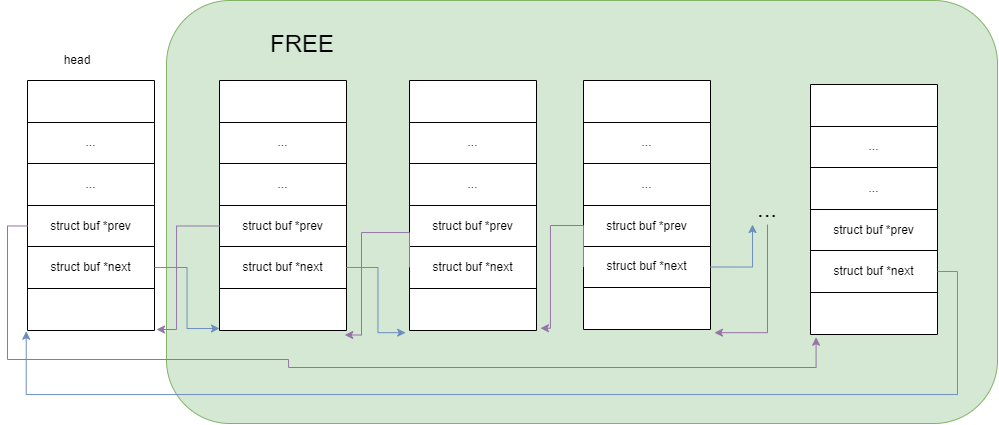
SixPlusAndTimes/drawio keeps this draw.io diagram as OS/xv6_文件系统_缓冲层.drawio.png. Above is the earlier version. Source tidied: cells renumbered, new cells last; positions are measured from the earlier drawing's top-left corner, leaving out a move shared by most shapes.
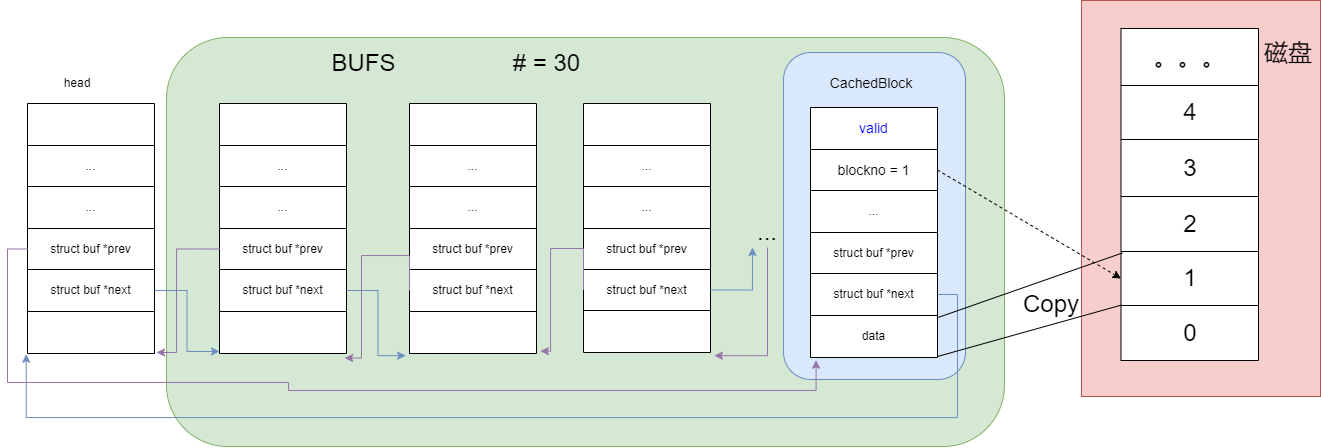
The same file after the commit.

Commit message:
更新xv6_文件系统_缓冲层.drawio.png

Diff of the diagram source:
```diff
@@ -2,9 +2,15 @@
   <root>
     <mxCell id="0" />
     <mxCell id="1" parent="0" />
+    <mxCell id="82" style="rounded=0;whiteSpace=wrap;html=1;fontSize=24;fillColor=#f8cecc;strokeColor=#b85450;" parent="1" vertex="1">
+      <mxGeometry x="1074" y="-23" width="239" height="396" as="geometry" />
+    </mxCell>
     <mxCell id="2" style="rounded=1;whiteSpace=wrap;html=1;fontSize=24;fillColor=#d5e8d4;strokeColor=#82b366;" parent="1" vertex="1">
-      <mxGeometry x="159" width="831" height="423" as="geometry" />
+      <mxGeometry x="159" y="14" width="838" height="409" as="geometry" />
     </mxCell>
+    <mxCell id="83" style="rounded=1;whiteSpace=wrap;html=1;fontSize=14;fillColor=#dae8fc;strokeColor=#6c8ebf;" parent="1" vertex="1">
+      <mxGeometry x="776" y="29" width="182" height="327" as="geometry" />
+    </mxCell>
     <mxCell id="3" style="shape=table;startSize=0;" parent="1" vertex="1">
       <mxGeometry x="20" y="80" width="127" height="250" as="geometry" />
     </mxCell>
@@ -173,13 +179,13 @@
     <mxCell id="58" style="shape=tableRow;horizontal=0;startSize=0;swimlaneHead=0;swimlaneBody=0;top=0;left=0;bottom=0;right=0;fillColor=none;" parent="57" vertex="1">
       <mxGeometry width="127" height="42" as="geometry" />
     </mxCell>
-    <mxCell id="59" style="shape=partialRectangle;html=1;whiteSpace=wrap;overflow=hidden;fillColor=none;top=0;left=0;bottom=0;right=0;" parent="58" vertex="1">
+    <mxCell id="59" value="&lt;font color=&quot;#0000ff&quot; style=&quot;font-size: 14px;&quot;&gt;valid&lt;/font&gt;" style="shape=partialRectangle;html=1;whiteSpace=wrap;overflow=hidden;fillColor=none;top=0;left=0;bottom=0;right=0;" parent="58" vertex="1">
       <mxGeometry width="127" height="42" as="geometry" />
     </mxCell>
     <mxCell id="60" style="shape=tableRow;horizontal=0;startSize=0;swimlaneHead=0;swimlaneBody=0;top=0;left=0;bottom=0;right=0;fillColor=none;points=[[0,0.5],[1,0.5]];portConstraint=eastwest;" parent="57" vertex="1">
       <mxGeometry y="42" width="127" height="41" as="geometry" />
     </mxCell>
-    <mxCell id="61" value="..." style="shape=partialRectangle;html=1;whiteSpace=wrap;overflow=hidden;fillColor=none;top=0;left=0;bottom=0;right=0;" parent="60" vertex="1">
+    <mxCell id="61" value="&lt;font style=&quot;font-size: 14px;&quot;&gt;blockno = 1&lt;/font&gt;" style="shape=partialRectangle;html=1;whiteSpace=wrap;overflow=hidden;fillColor=none;top=0;left=0;bottom=0;right=0;" parent="60" vertex="1">
       <mxGeometry width="127" height="41" as="geometry" />
     </mxCell>
     <mxCell id="62" style="shape=tableRow;horizontal=0;startSize=0;swimlaneHead=0;swimlaneBody=0;top=0;left=0;bottom=0;right=0;fillColor=none;" parent="57" vertex="1">
@@ -203,7 +209,7 @@
     <mxCell id="68" style="shape=tableRow;horizontal=0;startSize=0;swimlaneHead=0;swimlaneBody=0;top=0;left=0;bottom=0;right=0;fillColor=none;points=[[0,0.5],[1,0.5]];portConstraint=eastwest;" parent="57" vertex="1">
       <mxGeometry y="208" width="127" height="42" as="geometry" />
     </mxCell>
-    <mxCell id="69" style="shape=partialRectangle;html=1;whiteSpace=wrap;overflow=hidden;fillColor=none;top=0;left=0;bottom=0;right=0;" parent="68" vertex="1">
+    <mxCell id="69" value="data" style="shape=partialRectangle;html=1;whiteSpace=wrap;overflow=hidden;fillColor=none;top=0;left=0;bottom=0;right=0;" parent="68" vertex="1">
       <mxGeometry width="127" height="42" as="geometry" />
     </mxCell>
     <mxCell id="70" style="edgeStyle=orthogonalEdgeStyle;rounded=0;jettySize=auto;html=1;exitX=1;exitY=0.5;exitDx=0;exitDy=0;entryX=0;entryY=0.952;entryDx=0;entryDy=0;fontSize=24;entryPerimeter=0;fillColor=#dae8fc;strokeColor=#6c8ebf;" parent="1" edge="1" source="12" target="28">
@@ -276,8 +282,70 @@
         </Array>
       </mxGeometry>
     </mxCell>
-    <mxCell id="81" value="FREE" style="text;html=1;strokeColor=none;fillColor=none;align=center;verticalAlign=middle;whiteSpace=wrap;rounded=0;fontSize=24;" parent="1" vertex="1">
-      <mxGeometry x="265" y="29" width="60" height="30" as="geometry" />
+    <mxCell id="81" value="BUFS" style="text;html=1;strokeColor=none;fillColor=none;align=center;verticalAlign=middle;whiteSpace=wrap;rounded=0;fontSize=24;" parent="1" vertex="1">
+      <mxGeometry x="265" y="29" width="183" height="22" as="geometry" />
     </mxCell>
+    <mxCell id="84" value="# = 30" style="text;html=1;strokeColor=none;fillColor=none;align=center;verticalAlign=middle;whiteSpace=wrap;rounded=0;fontSize=24;" parent="1" vertex="1">
+      <mxGeometry x="448" y="29" width="183" height="22" as="geometry" />
+    </mxCell>
+    <mxCell id="85" style="shape=table;startSize=0;fontSize=24;" parent="1" vertex="1">
+      <mxGeometry x="1113.5" y="5" width="137.5" height="332" as="geometry" />
+    </mxCell>
+    <mxCell id="86" style="shape=tableRow;horizontal=0;startSize=0;swimlaneHead=0;swimlaneBody=0;top=0;left=0;bottom=0;right=0;fillColor=none;fontSize=24;" parent="85" vertex="1">
+      <mxGeometry width="137.5" height="57" as="geometry" />
+    </mxCell>
+    <mxCell id="87" value="。。。" style="shape=partialRectangle;html=1;whiteSpace=wrap;overflow=hidden;fillColor=none;top=0;left=0;bottom=0;right=0;fontSize=24;" parent="86" vertex="1">
+      <mxGeometry width="138" height="57" as="geometry" />
+    </mxCell>
+    <mxCell id="88" style="shape=tableRow;horizontal=0;startSize=0;swimlaneHead=0;swimlaneBody=0;top=0;left=0;bottom=0;right=0;fillColor=none;fontSize=24;" parent="85" vertex="1">
+      <mxGeometry y="57" width="137.5" height="54" as="geometry" />
+    </mxCell>
+    <mxCell id="89" value="4" style="shape=partialRectangle;html=1;whiteSpace=wrap;overflow=hidden;fillColor=none;top=0;left=0;bottom=0;right=0;fontSize=24;" parent="88" vertex="1">
+      <mxGeometry width="138" height="54" as="geometry" />
+    </mxCell>
+    <mxCell id="90" style="shape=tableRow;horizontal=0;startSize=0;swimlaneHead=0;swimlaneBody=0;top=0;left=0;bottom=0;right=0;fillColor=none;fontSize=24;" parent="85" vertex="1">
+      <mxGeometry y="111" width="137.5" height="57" as="geometry" />
+    </mxCell>
+    <mxCell id="91" value="3" style="shape=partialRectangle;html=1;whiteSpace=wrap;overflow=hidden;fillColor=none;top=0;left=0;bottom=0;right=0;fontSize=24;" parent="90" vertex="1">
+      <mxGeometry width="138" height="57" as="geometry" />
+    </mxCell>
+    <mxCell id="92" style="shape=tableRow;horizontal=0;startSize=0;swimlaneHead=0;swimlaneBody=0;top=0;left=0;bottom=0;right=0;fillColor=none;fontSize=24;" parent="85" vertex="1">
+      <mxGeometry y="168" width="137.5" height="55" as="geometry" />
+    </mxCell>
+    <mxCell id="93" value="2" style="shape=partialRectangle;html=1;whiteSpace=wrap;overflow=hidden;fillColor=none;top=0;left=0;bottom=0;right=0;fontSize=24;" parent="92" vertex="1">
+      <mxGeometry width="138" height="55" as="geometry" />
+    </mxCell>
+    <mxCell id="94" style="shape=tableRow;horizontal=0;startSize=0;swimlaneHead=0;swimlaneBody=0;top=0;left=0;bottom=0;right=0;fillColor=none;points=[[0,0.5],[1,0.5]];portConstraint=eastwest;fontSize=24;" parent="85" vertex="1">
+      <mxGeometry y="223" width="137.5" height="54" as="geometry" />
+    </mxCell>
+    <mxCell id="95" value="1" style="shape=partialRectangle;html=1;whiteSpace=wrap;overflow=hidden;fillColor=none;top=0;left=0;bottom=0;right=0;fontSize=24;" parent="94" vertex="1">
+      <mxGeometry width="138" height="54" as="geometry" />
+    </mxCell>
+    <mxCell id="96" style="shape=tableRow;horizontal=0;startSize=0;swimlaneHead=0;swimlaneBody=0;top=0;left=0;bottom=0;right=0;fillColor=none;fontSize=24;" parent="85" vertex="1">
+      <mxGeometry y="277" width="137.5" height="55" as="geometry" />
+    </mxCell>
+    <mxCell id="97" value="0" style="shape=partialRectangle;html=1;whiteSpace=wrap;overflow=hidden;fillColor=none;top=0;left=0;bottom=0;right=0;fontSize=24;" parent="96" vertex="1">
+      <mxGeometry width="138" height="55" as="geometry" />
+    </mxCell>
+    <mxCell id="98" value="磁盘" style="text;html=1;strokeColor=none;fillColor=none;align=center;verticalAlign=middle;whiteSpace=wrap;rounded=0;fontSize=24;" parent="1" vertex="1">
+      <mxGeometry x="1251" y="15" width="60" height="30" as="geometry" />
+    </mxCell>
+    <mxCell id="99" style="endArrow=none;html=1;rounded=0;fontSize=24;exitX=1.007;exitY=0.045;exitDx=0;exitDy=0;exitPerimeter=0;entryX=0.009;entryY=0.028;entryDx=0;entryDy=0;entryPerimeter=0;" parent="1" edge="1" source="68" target="94">
+      <mxGeometry relative="1" as="geometry" />
+    </mxCell>
+    <mxCell id="100" style="endArrow=none;html=1;rounded=0;fontSize=24;entryX=0.003;entryY=0.992;entryDx=0;entryDy=0;entryPerimeter=0;" parent="1" edge="1" target="94">
+      <mxGeometry relative="1" as="geometry">
+        <mxPoint x="930" y="333" as="sourcePoint" />
+      </mxGeometry>
+    </mxCell>
+    <mxCell id="101" value="Copy" style="text;html=1;strokeColor=none;fillColor=none;align=center;verticalAlign=middle;whiteSpace=wrap;rounded=0;fontSize=24;" parent="1" vertex="1">
+      <mxGeometry x="1014" y="266" width="60" height="30" as="geometry" />
+    </mxCell>
+    <mxCell id="102" style="rounded=0;jettySize=auto;html=1;exitX=1;exitY=0.5;exitDx=0;exitDy=0;entryX=0;entryY=0.5;entryDx=0;entryDy=0;fontSize=14;dashed=1;" parent="1" edge="1" source="60" target="94">
+      <mxGeometry relative="1" as="geometry" />
+    </mxCell>
+    <mxCell id="103" value="CachedBlock" style="text;html=1;strokeColor=none;fillColor=none;align=center;verticalAlign=middle;whiteSpace=wrap;rounded=0;fontSize=14;" parent="1" vertex="1">
+      <mxGeometry x="834" y="45" width="60" height="30" as="geometry" />
+    </mxCell>
   </root>
 </mxGraphModel>
```
